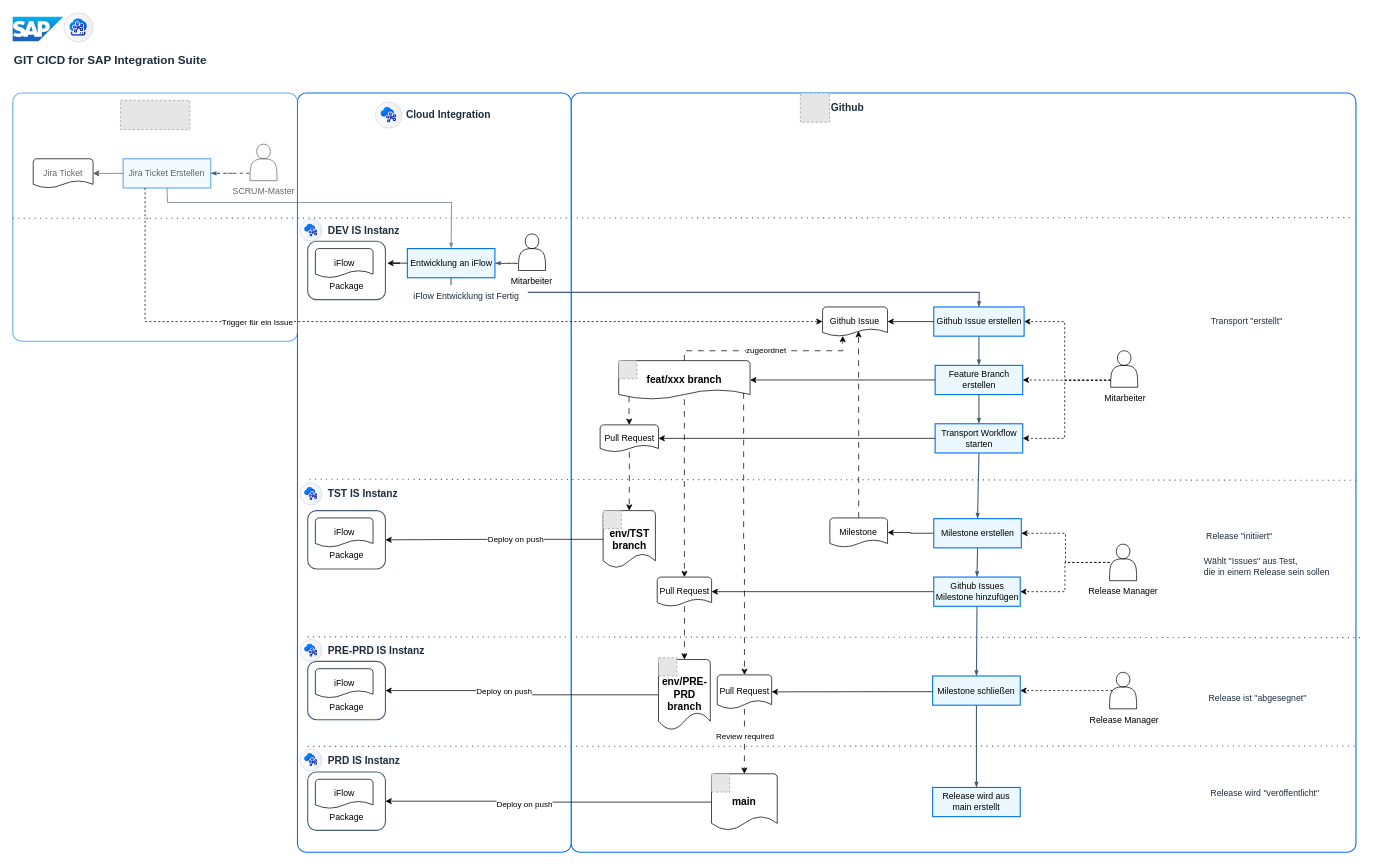
Zprit/draw-io keeps this draw.io diagram as Dynamische Landschaft.drawio. Above is the earlier version. Source tidied: cells renumbered, new cells numbered last; positions are measured from the earlier drawing's top-left corner, leaving out a move shared by most shapes. Both pictures are drawn from the tidied source at 73%, with x=0, y=0 at pixel (12, 12). Pictures stored in the file or linked from it are replaced by grey dashed boxes.
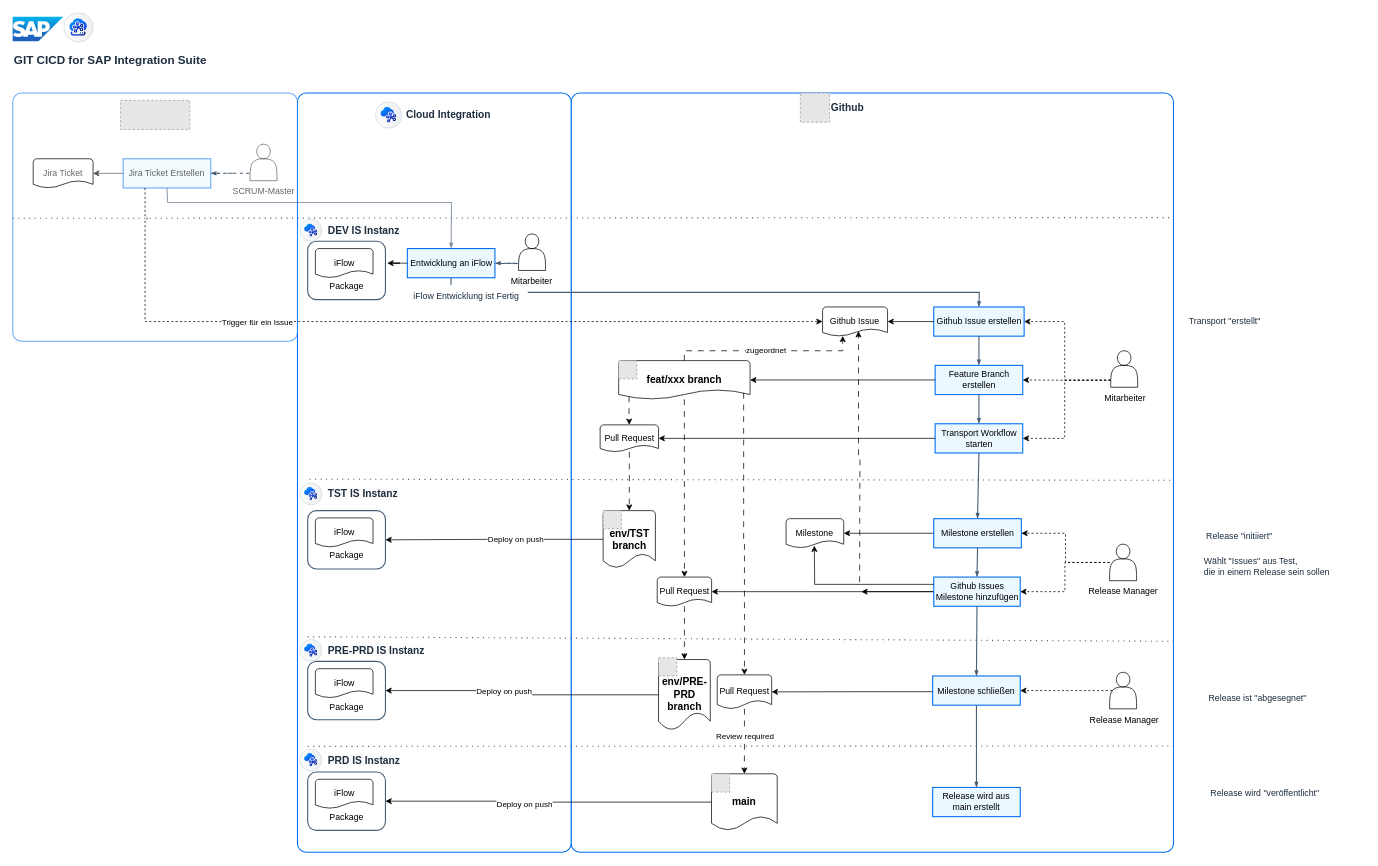
The same diagram, later.

Unchanged cells that the change refers to:
```xml
<mxCell id="16" value="Github Issue" style="strokeWidth=1;html=1;shape=mxgraph.flowchart.document2;whiteSpace=wrap;size=0.25;" parent="1" vertex="1">
  <mxGeometry x="1109.3" y="403" width="89" height="40" as="geometry" />
</mxCell>
<mxCell id="25" value="Github Issues Milestone hinzufügen" style="rounded=0;whiteSpace=wrap;html=1;strokeColor=#0070F2;fillColor=#EBF8FF;arcSize=24;absoluteArcSize=1;imageWidth=64;imageHeight=64;strokeWidth=1.5;" parent="1" vertex="1">
  <mxGeometry x="1261.6" y="773" width="118.5" height="40" as="geometry" />
</mxCell>
```

Change to the diagram source:
```diff
@@
     <mxCell id="2" style="rounded=1;whiteSpace=wrap;html=1;strokeColor=#0070F2;fillColor=#ffffff;arcSize=24;absoluteArcSize=1;imageWidth=64;imageHeight=64;strokeWidth=1.5;" parent="1" vertex="1">
-      <mxGeometry x="764.9" y="110" width="1075.1" height="1040" as="geometry" />
+      <mxGeometry x="764.9" y="110" width="825.1" height="1040" as="geometry" />
     </mxCell>
@@
     <mxCell id="21" value="Milestone" style="strokeWidth=1;html=1;shape=mxgraph.flowchart.document2;whiteSpace=wrap;size=0.25;" parent="1" vertex="1">
-      <mxGeometry x="1119.3" y="692" width="79" height="40" as="geometry" />
+      <mxGeometry x="1059.3" y="693" width="79" height="40" as="geometry" />
     </mxCell>
@@
+    <mxCell id="113" style="edgeStyle=orthogonalEdgeStyle;rounded=0;jettySize=auto;html=1;" parent="1" edge="1" source="25">
+      <mxGeometry relative="1" as="geometry">
+        <mxPoint x="1162.4" y="793" as="targetPoint" />
+      </mxGeometry>
+    </mxCell>
@@
-    <mxCell id="54" style="endArrow=none;html=1;strokeColor=#475e75;rounded=0;endFill=0;endSize=4;edgeStyle=entityRelationEdgeStyle;startArrow=none;startFill=0;startSize=4;jumpStyle=none;jumpSize=0;targetPerimeterSpacing=15;dashed=1;strokeWidth=1.5;exitX=0.001;exitY=0.189;exitDx=0;exitDy=0;exitPerimeter=0;dashPattern=1 4;" parent="1" edge="1">
+    <mxCell id="54" style="endArrow=none;html=1;strokeColor=#475e75;rounded=0;endFill=0;endSize=4;edgeStyle=entityRelationEdgeStyle;startArrow=none;startFill=0;startSize=4;jumpStyle=none;jumpSize=0;targetPerimeterSpacing=15;dashed=1;strokeWidth=1.5;exitX=0.001;exitY=0.189;exitDx=0;exitDy=0;exitPerimeter=0;dashPattern=1 4;entryX=1;entryY=0.722;entryDx=0;entryDy=0;entryPerimeter=0;" parent="1" edge="1" target="2">
       <mxGeometry relative="1" as="geometry">
         <mxPoint x="404" y="854.9" as="sourcePoint" />
-        <mxPoint x="1850" y="856" as="targetPoint" />
       </mxGeometry>
     </mxCell>
@@
     <mxCell id="61" value="&lt;font size=&quot;1&quot; face=&quot;arial&quot; style=&quot;&quot;&gt;&lt;span style=&quot;font-size: 12px;&quot;&gt;Transport &quot;erstellt&quot;&lt;/span&gt;&lt;/font&gt;" style="text;html=1;align=center;verticalAlign=middle;strokeColor=none;fillColor=none;fontSize=12;fontColor=#1D2D3E;fontFamily=Helvetica;" parent="1" vertex="1">
-      <mxGeometry x="1630" y="408" width="120" height="30" as="geometry" />
+      <mxGeometry x="1600" y="408" width="120" height="30" as="geometry" />
     </mxCell>
@@
-    <mxCell id="111" style="edgeStyle=orthogonalEdgeStyle;rounded=0;jettySize=auto;html=1;entryX=0.553;entryY=0.828;entryDx=0;entryDy=0;entryPerimeter=0;dashed=1;dashPattern=8 8;" parent="1" edge="1" source="21" target="16">
-      <mxGeometry relative="1" as="geometry" />
+    <mxCell id="111" style="edgeStyle=orthogonalEdgeStyle;rounded=0;jettySize=auto;html=1;entryX=0.553;entryY=0.828;entryDx=0;entryDy=0;entryPerimeter=0;dashed=1;dashPattern=8 8;" parent="1" edge="1" target="16">
+      <mxGeometry relative="1" as="geometry">
+        <mxPoint x="1160" y="780" as="sourcePoint" />
+      </mxGeometry>
     </mxCell>
@@
+    <mxCell id="114" style="edgeStyle=orthogonalEdgeStyle;rounded=0;jettySize=auto;html=1;exitX=0;exitY=0.25;exitDx=0;exitDy=0;" parent="1" edge="1" source="25">
+      <mxGeometry relative="1" as="geometry">
+        <mxPoint x="1098" y="730" as="targetPoint" />
+      </mxGeometry>
+    </mxCell>
```
